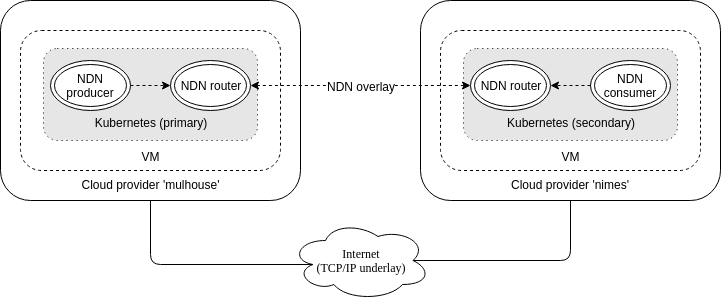
This is Images/high-level-network-design.png from AquaL1te/rp2, a draw.io export, as it was before one commit. Source tidied: cells renumbered, new cells last; positions are measured from the earlier drawing's top-left corner, leaving out a move shared by most shapes.
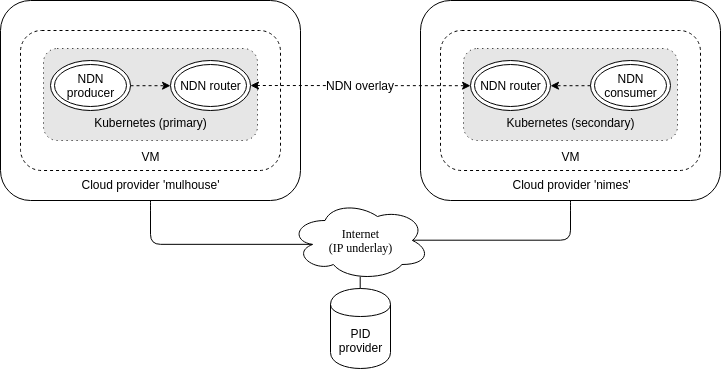
Above is the later version.

Diff of the diagram source:
```diff
@@ -11,8 +11,8 @@
     <mxCell id="4" value="&lt;br&gt;&lt;br&gt;&lt;br&gt;&lt;br&gt;Kubernetes (primary)&lt;br&gt;" style="shape=ext;double=0;rounded=1;whiteSpace=wrap;html=1;dashed=1;dashPattern=1 4;fillColor=#E6E6E6;" parent="1" vertex="1">
       <mxGeometry x="43" y="48" width="214" height="92" as="geometry" />
     </mxCell>
-    <mxCell id="5" value="Internet&lt;br&gt;(TCP/IP underlay)&lt;br&gt;" style="ellipse;shape=cloud;whiteSpace=wrap;html=1;rounded=0;shadow=0;comic=0;strokeWidth=1;fontFamily=Verdana;fontSize=12;" parent="1" vertex="1">
-      <mxGeometry x="290" y="220" width="140" height="80" as="geometry" />
+    <mxCell id="5" value="Internet&lt;br&gt;(IP underlay)" style="ellipse;shape=cloud;whiteSpace=wrap;html=1;rounded=0;shadow=0;comic=0;strokeWidth=1;fontFamily=Verdana;fontSize=12;" parent="1" vertex="1">
+      <mxGeometry x="289.5" y="200" width="140" height="80" as="geometry" />
     </mxCell>
     <mxCell id="6" style="edgeStyle=elbowEdgeStyle;elbow=horizontal;endArrow=none;html=1;entryX=0.5;entryY=1;entryDx=0;entryDy=0;exitX=0.16;exitY=0.55;exitDx=0;exitDy=0;exitPerimeter=0;endFill=0;" parent="1" edge="1" source="5" target="2">
       <mxGeometry relative="1" as="geometry">
@@ -63,5 +63,11 @@
     <mxCell id="18" style="endArrow=classic;html=1;dashed=1;entryX=1;entryY=0.5;entryDx=0;entryDy=0;exitX=0;exitY=0.5;exitDx=0;exitDy=0;" parent="1" edge="1" source="14" target="13">
       <mxGeometry relative="1" as="geometry" />
     </mxCell>
+    <mxCell id="19" value="PID provider" style="shape=cylinder;whiteSpace=wrap;html=1;boundedLbl=1;backgroundOutline=1;" parent="1" vertex="1">
+      <mxGeometry x="330" y="288" width="60" height="80" as="geometry" />
+    </mxCell>
+    <mxCell id="20" style="endArrow=none;html=1;entryX=0.5;entryY=0;entryDx=0;entryDy=0;exitX=0.5;exitY=0.949;exitDx=0;exitDy=0;exitPerimeter=0;" parent="1" edge="1" source="5" target="19">
+      <mxGeometry relative="1" as="geometry" />
+    </mxCell>
   </root>
 </mxGraphModel>
```
